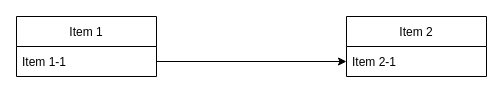
Above: scrap_work.drawio in GoreNetwork/draw.io-nautobot-work (draw.io), before the change. Source tidied: cells renumbered, new cells numbered last; positions are measured from the earlier drawing's top-left corner, leaving out a move shared by most shapes. Both pictures are drawn from the tidied source at 100%, with x=0, y=0 at pixel (16, 16).
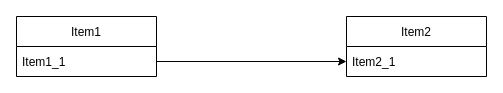
The same page after the edit.

Commit message (it also covers changes not shown here):
Seems to be working, APIs do stuff

What changed in the source:
```diff
@@
 <mxGraphModel>
   <root>
     <mxCell id="0" />
     <mxCell id="1" parent="0" />
-    <mxCell id="2" value="Item 1" style="swimlane;fontStyle=0;horizontal=1;startSize=30;" parent="1" vertex="1">
+    <mxCell id="2" value="Item1" style="swimlane;fontStyle=0;horizontal=1;startSize=30;" parent="1" vertex="1">
       <mxGeometry width="140" height="60" as="geometry" />
     </mxCell>
-    <mxCell id="3" value="Item 1-1" style="text;strokeColor=none;fillColor=none;align=left;verticalAlign=middle;spacingLeft=4;spacingRight=4;overflow=hidden;points=[[0,0.5],[1,0.5]];portConstraint=eastwest;" parent="2" vertex="1">
+    <mxCell id="3" value="Item1_1" style="text;strokeColor=none;fillColor=none;align=left;verticalAlign=middle;spacingLeft=4;spacingRight=4;overflow=hidden;points=[[0,0.5],[1,0.5]];portConstraint=eastwest;" parent="2" vertex="1">
       <mxGeometry y="30" width="140" height="30" as="geometry" />
     </mxCell>
-    <mxCell id="4" value="Item 2" style="swimlane;fontStyle=0;horizontal=1;startSize=30;" parent="1" vertex="1">
+    <mxCell id="4" value="Item2" style="swimlane;fontStyle=0;horizontal=1;startSize=30;" parent="1" vertex="1">
       <mxGeometry x="330" width="140" height="60" as="geometry" />
     </mxCell>
-    <mxCell id="5" value="Item 2-1" style="text;strokeColor=none;fillColor=none;align=left;verticalAlign=middle;spacingLeft=4;spacingRight=4;overflow=hidden;points=[[0,0.5],[1,0.5]];portConstraint=eastwest;" parent="4" vertex="1">
+    <mxCell id="5" value="Item2_1" style="text;strokeColor=none;fillColor=none;align=left;verticalAlign=middle;spacingLeft=4;spacingRight=4;overflow=hidden;points=[[0,0.5],[1,0.5]];portConstraint=eastwest;" parent="4" vertex="1">
       <mxGeometry y="30" width="140" height="30" as="geometry" />
     </mxCell>
     <mxCell id="6" style="edgeStyle=orthogonalEdgeStyle;rounded=0;jettySize=auto;html=1;exitX=1;exitY=0.5;exitDx=0;exitDy=0;" parent="1" edge="1" source="3" target="5">
       <mxGeometry relative="1" as="geometry" />
     </mxCell>
   </root>
 </mxGraphModel>
```
